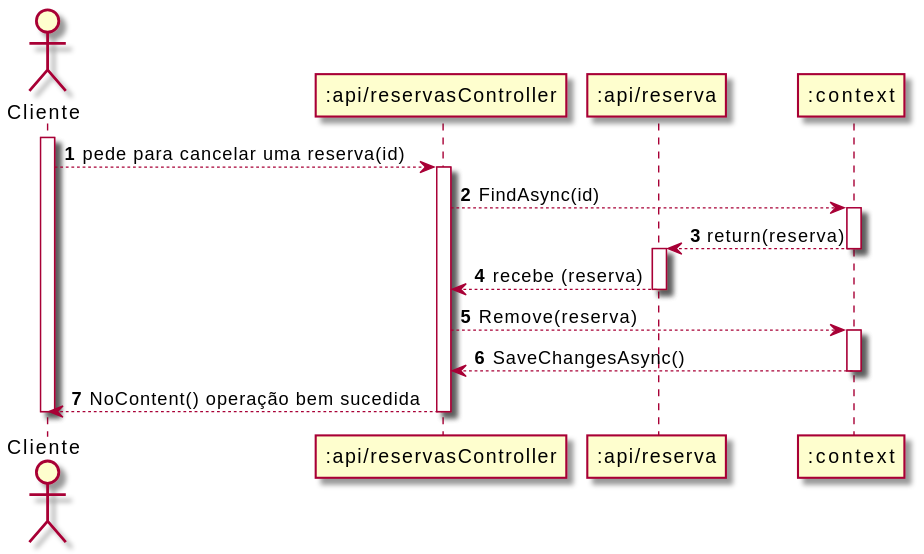
Above: Documentos/Sprint2/UC3/UC3-SD.svg in UPskillDOTNET/Jakim-das-Coives-S.A. (PlantUML), before the change.
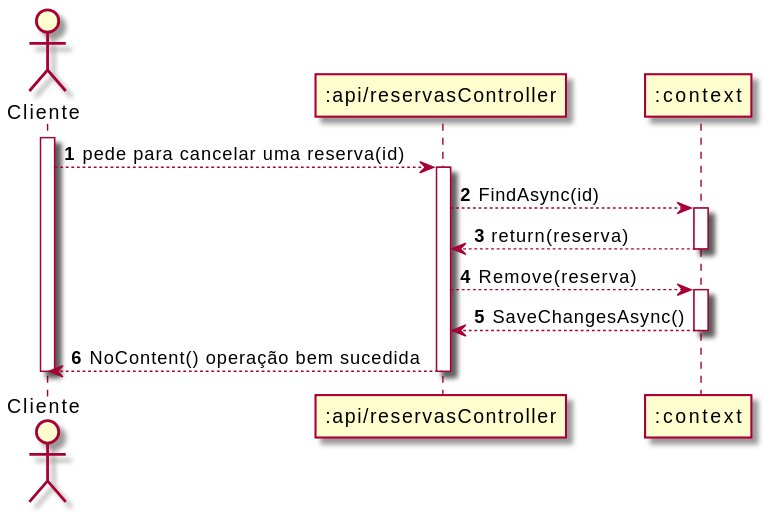
Above is the later version.

The edit, as a diff of the source:
```diff
@@ -2,7 +2,6 @@
 autonumber
 actor "Cliente" as SC
 participant ":api/reservasController" as RC
-participant ":api/reserva" as R
 participant ":context" as C
 
 activate SC
@@ -12,14 +11,8 @@
 RC --> C : FindAsync(id)
 activate C
 
-
-C --> R : return(reserva)
+C --> RC : return(reserva)
 deactivate C
-activate R
-
-
-R --> RC : recebe (reserva)
-deactivate R
 
 RC --> C : Remove(reserva)
 activate C
```
